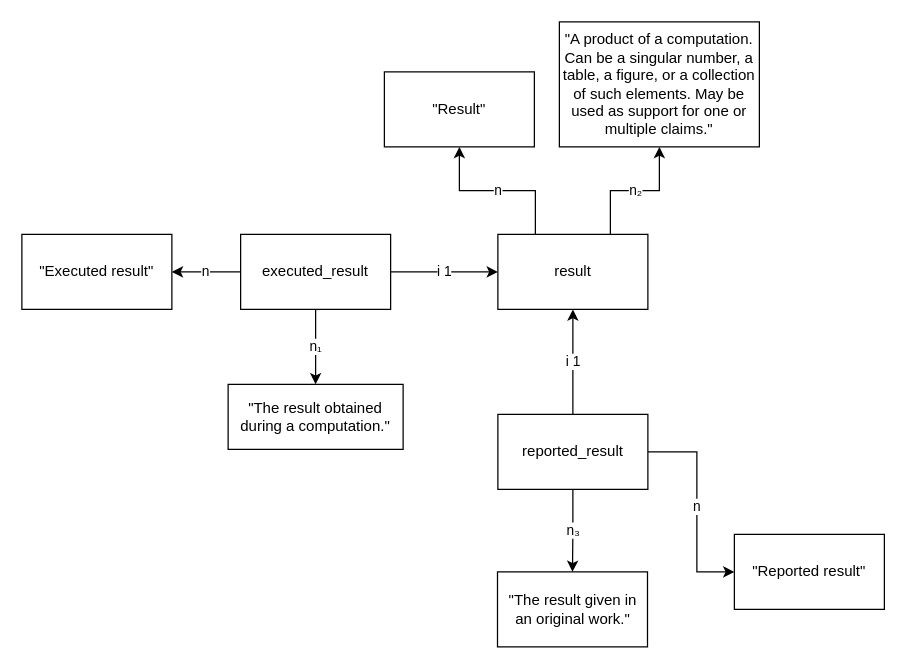
The draw.io diagram page "13-result" (9 of 11) of model-analysis-errors.drawio in nicebread/scientific_errors, before the edit. Source tidied: cells renumbered, new cells numbered last; positions are measured from the earlier drawing's top-left corner, leaving out a move shared by most shapes. Both pictures are drawn from the tidied source at 125%, with x=0, y=0 at pixel (21, 21).
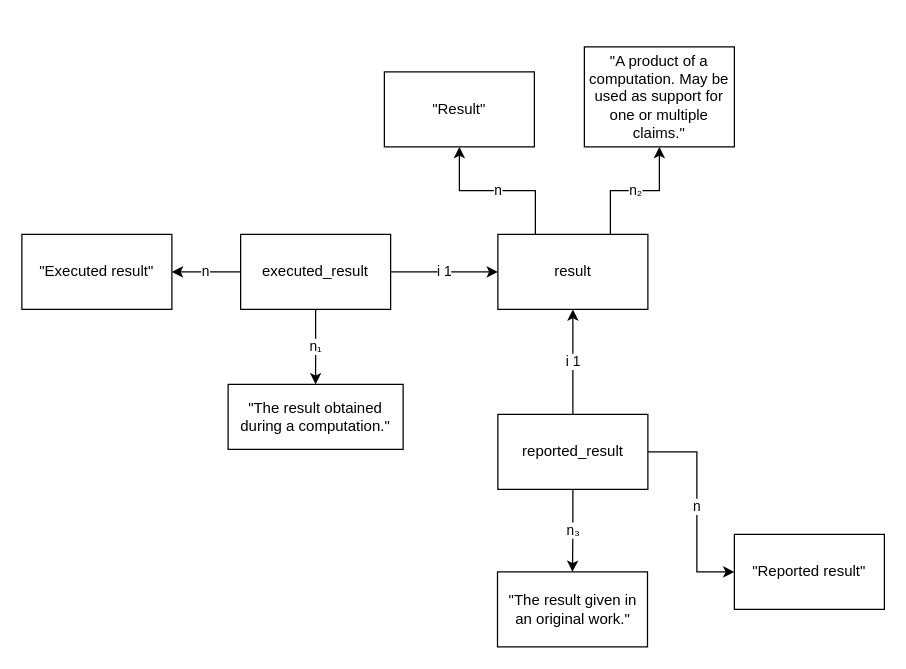
The same diagram, later.

Commit message:
Remove examples from definition of result

The change refers to these unchanged cells:
```xml
<mxCell id="4" value="result" style="rounded=0;whiteSpace=wrap;html=1;" parent="1" vertex="1">
  <mxGeometry x="380.8" y="170" width="120" height="60" as="geometry" />
</mxCell>
```

What changed in the source:
```diff
@@
-    <mxCell id="3" value="n₂" style="edgeStyle=orthogonalEdgeStyle;rounded=0;jettySize=auto;html=1;exitX=0.75;exitY=0;exitDx=0;exitDy=0;" parent="1" edge="1" source="4" target="18">
+    <mxCell id="3" value="n₂" style="edgeStyle=orthogonalEdgeStyle;rounded=0;jettySize=auto;html=1;exitX=0.75;exitY=0;exitDx=0;exitDy=0;" parent="1" edge="1" source="4" target="19">
       <mxGeometry relative="1" as="geometry" />
     </mxCell>
@@
-    <mxCell id="18" value="&quot;A product of a computation. Can be a singular number, a table, a figure, or a collection of such elements. May be used as support for one or multiple claims.&quot;" style="rounded=0;whiteSpace=wrap;html=1;" parent="1" vertex="1">
-      <mxGeometry x="430" width="160" height="100" as="geometry" />
-    </mxCell>
+    <mxCell id="19" value="&quot;A product of a computation. May be used as support for one or multiple claims.&quot;" style="rounded=0;whiteSpace=wrap;html=1;" parent="1" vertex="1">
+      <mxGeometry x="450" y="20" width="120" height="80" as="geometry" />
+    </mxCell>
```
